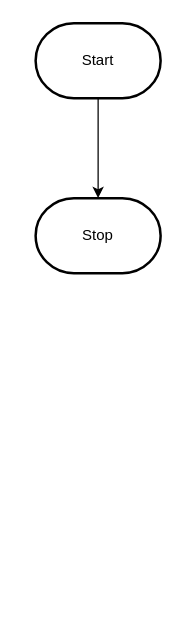
Above: design/flowchart.drawio in MTHS-ICD2O-1-2023/ICD2O-Unit-5-07-Adam-Batiuk (draw.io), before the change. Source tidied: cells renumbered, new cells numbered last; positions are measured from the earlier drawing's top-left corner, leaving out a move shared by most shapes. Both pictures are drawn from the tidied source at 125%, with x=0, y=0 at pixel (35, 22).
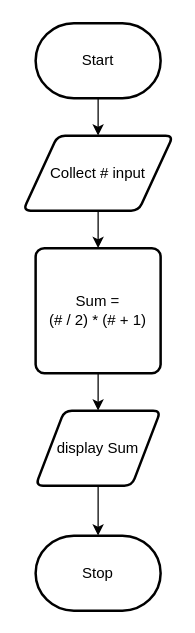
The same diagram, later.

Change to the diagram source:
```diff
@@
 <mxGraphModel>
   <root>
     <mxCell id="0" />
     <mxCell id="1" parent="0" />
-    <mxCell id="2" style="edgeStyle=orthogonalEdgeStyle;html=1;rounded=0;" parent="1" edge="1" source="3" target="4">
-      <mxGeometry relative="1" as="geometry" />
-    </mxCell>
+    <mxCell id="5" style="edgeStyle=none;html=1;" parent="1" edge="1" source="3" target="7">
+      <mxGeometry relative="1" as="geometry" />
+    </mxCell>
     <mxCell id="3" value="Start" style="strokeWidth=2;html=1;shape=mxgraph.flowchart.terminator;whiteSpace=wrap;" parent="1" vertex="1">
       <mxGeometry width="100" height="60" as="geometry" />
     </mxCell>
     <mxCell id="4" value="Stop" style="strokeWidth=2;html=1;shape=mxgraph.flowchart.terminator;whiteSpace=wrap;" parent="1" vertex="1">
-      <mxGeometry y="140" width="100" height="60" as="geometry" />
+      <mxGeometry y="410" width="100" height="60" as="geometry" />
     </mxCell>
+    <mxCell id="6" style="edgeStyle=none;html=1;" parent="1" edge="1" source="7" target="9">
+      <mxGeometry relative="1" as="geometry" />
+    </mxCell>
+    <mxCell id="7" value="Collect # input" style="shape=parallelogram;html=1;strokeWidth=2;perimeter=parallelogramPerimeter;whiteSpace=wrap;rounded=1;arcSize=12;size=0.23;" parent="1" vertex="1">
+      <mxGeometry x="-10" y="90" width="120" height="60" as="geometry" />
+    </mxCell>
+    <mxCell id="8" style="edgeStyle=none;html=1;" parent="1" edge="1" source="9" target="11">
+      <mxGeometry relative="1" as="geometry" />
+    </mxCell>
+    <mxCell id="9" value="Sum = &lt;br&gt;(# / 2) * (# + 1)" style="rounded=1;whiteSpace=wrap;html=1;absoluteArcSize=1;arcSize=14;strokeWidth=2;" parent="1" vertex="1">
+      <mxGeometry y="180" width="100" height="100" as="geometry" />
+    </mxCell>
+    <mxCell id="10" style="edgeStyle=none;html=1;entryX=0.5;entryY=0;entryDx=0;entryDy=0;entryPerimeter=0;" parent="1" edge="1" source="11" target="4">
+      <mxGeometry relative="1" as="geometry" />
+    </mxCell>
+    <mxCell id="11" value="display Sum" style="shape=parallelogram;html=1;strokeWidth=2;perimeter=parallelogramPerimeter;whiteSpace=wrap;rounded=1;arcSize=12;size=0.23;" parent="1" vertex="1">
+      <mxGeometry y="310" width="100" height="60" as="geometry" />
+    </mxCell>
   </root>
 </mxGraphModel>
```
